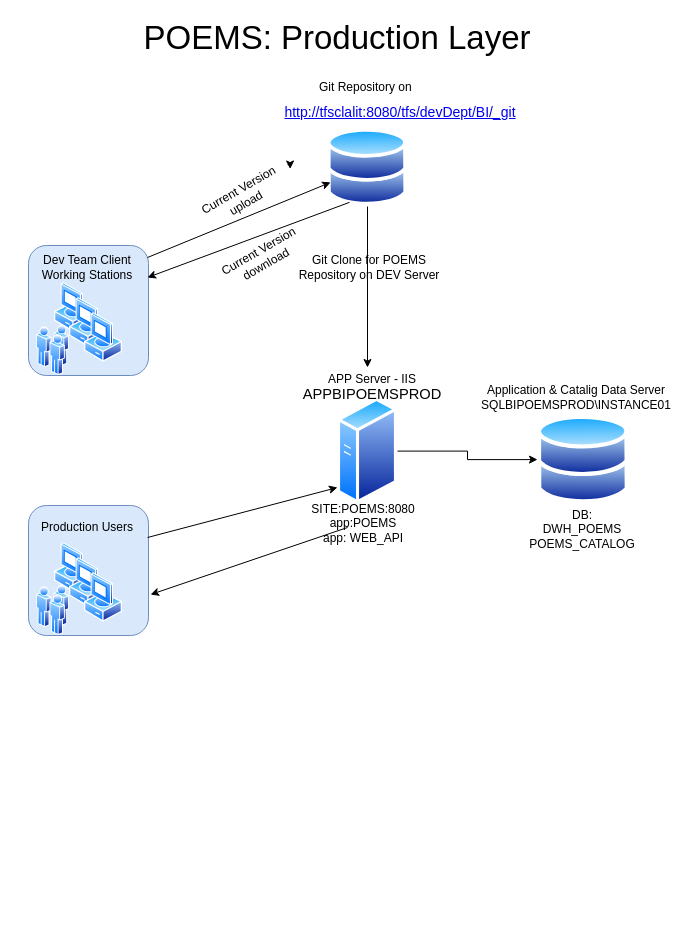
itaybaran/drawing keeps this draw.io diagram as poems_prod.drawio. Above is the earlier version. Source tidied: cells renumbered, new cells numbered last; positions are measured from the earlier drawing's top-left corner, leaving out a move shared by most shapes. Both pictures are drawn from the tidied source at 100%, with x=0, y=0 at pixel (27, 27).
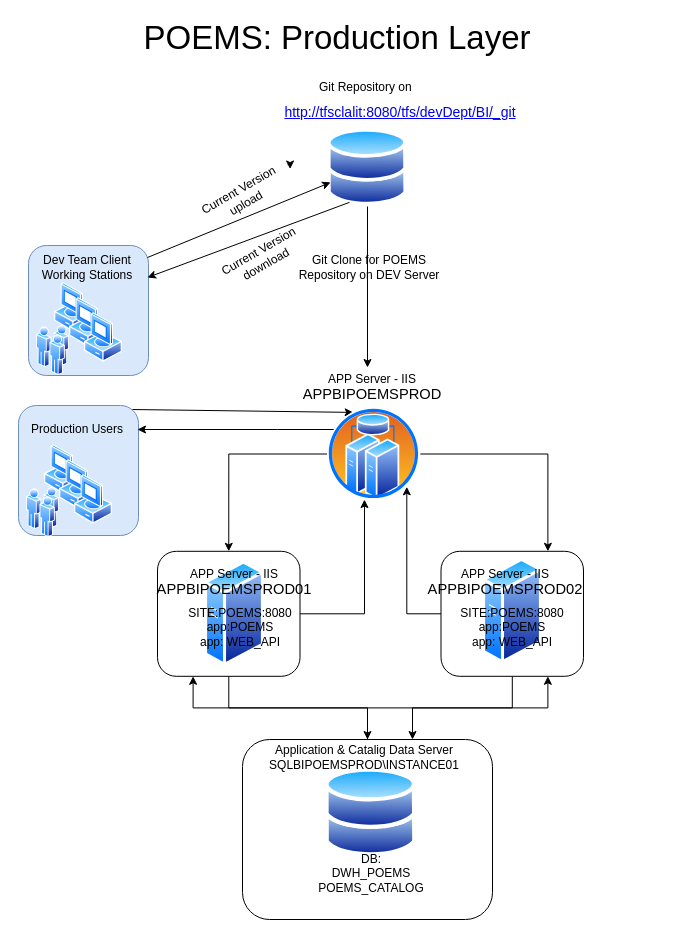
After the change.

What changed in the source:
```diff
@@
+    <mxCell id="38" style="edgeStyle=orthogonalEdgeStyle;rounded=0;jettySize=auto;html=1;entryX=0.25;entryY=1;entryDx=0;entryDy=0;" parent="1" edge="1" source="40" target="46">
+      <mxGeometry relative="1" as="geometry" />
+    </mxCell>
+    <mxCell id="39" style="edgeStyle=orthogonalEdgeStyle;rounded=0;jettySize=auto;html=1;entryX=0.75;entryY=1;entryDx=0;entryDy=0;" parent="1" edge="1" source="40" target="43">
+      <mxGeometry relative="1" as="geometry" />
+    </mxCell>
+    <mxCell id="40" style="rounded=1;whiteSpace=wrap;html=1;fillColor=#ffffff;" parent="1" vertex="1">
+      <mxGeometry x="215" y="712" width="250" height="180" as="geometry" />
+    </mxCell>
+    <mxCell id="41" style="edgeStyle=orthogonalEdgeStyle;rounded=0;jettySize=auto;html=1;entryX=1;entryY=1;entryDx=0;entryDy=0;" parent="1" edge="1" source="43" target="50">
+      <mxGeometry relative="1" as="geometry" />
+    </mxCell>
+    <mxCell id="42" style="edgeStyle=orthogonalEdgeStyle;rounded=0;jettySize=auto;html=1;entryX=0.68;entryY=0;entryDx=0;entryDy=0;entryPerimeter=0;" parent="1" edge="1" source="43" target="40">
+      <mxGeometry relative="1" as="geometry" />
+    </mxCell>
+    <mxCell id="43" style="rounded=1;whiteSpace=wrap;html=1;fillColor=#ffffff;" parent="1" vertex="1">
+      <mxGeometry x="413.5" y="523.8" width="142.5" height="125" as="geometry" />
+    </mxCell>
+    <mxCell id="44" style="edgeStyle=orthogonalEdgeStyle;rounded=0;jettySize=auto;html=1;entryX=0.398;entryY=0.991;entryDx=0;entryDy=0;entryPerimeter=0;" parent="1" edge="1" source="46" target="50">
+      <mxGeometry relative="1" as="geometry" />
+    </mxCell>
+    <mxCell id="45" style="edgeStyle=orthogonalEdgeStyle;rounded=0;jettySize=auto;html=1;" parent="1" edge="1" source="46" target="40">
+      <mxGeometry relative="1" as="geometry" />
+    </mxCell>
+    <mxCell id="46" style="rounded=1;whiteSpace=wrap;html=1;fillColor=#ffffff;" parent="1" vertex="1">
+      <mxGeometry x="130" y="523.8" width="142.5" height="125" as="geometry" />
+    </mxCell>
@@
-    <mxCell id="19" style="edgeStyle=orthogonalEdgeStyle;rounded=0;jettySize=auto;html=1;" parent="1" edge="1" source="20" target="35">
-      <mxGeometry relative="1" as="geometry" />
-    </mxCell>
-    <mxCell id="20" style="perimeter=ellipsePerimeter;html=1;align=center;shadow=0;dashed=0;spacingTop=3;image;image=img/lib/active_directory/generic_server.svg;" parent="1" vertex="1">
-      <mxGeometry x="310" y="370" width="60" height="107.1" as="geometry" />
-    </mxCell>
@@
-    <mxCell id="22" value="SITE:POEMS:8080&lt;br&gt;app:POEMS&lt;br&gt;app: WEB_API" style="text;html=1;strokeColor=none;fillColor=none;align=center;verticalAlign=middle;whiteSpace=wrap;rounded=0;" parent="1" vertex="1">
-      <mxGeometry x="251" y="486.1" width="170" height="20" as="geometry" />
-    </mxCell>
     <mxCell id="23" style="group;" parent="1" vertex="1">
-      <mxGeometry y="490" width="121" height="130" as="geometry" />
+      <mxGeometry x="-10" y="422" width="121" height="130" as="geometry" />
     </mxCell>
-    <mxCell id="24" style="group;" parent="23" vertex="1">
-      <mxGeometry x="27" y="25" width="94" height="105" as="geometry" />
-    </mxCell>
-    <mxCell id="25" style="rounded=1;whiteSpace=wrap;html=1;fillColor=#dae8fc;strokeColor=#6c8ebf;" parent="24" vertex="1">
-      <mxGeometry x="-26" y="-37" width="120" height="130" as="geometry" />
+    <mxCell id="25" style="rounded=1;whiteSpace=wrap;html=1;fillColor=#dae8fc;strokeColor=#6c8ebf;" parent="23" vertex="1">
+      <mxGeometry x="1" y="-44" width="120" height="130" as="geometry" />
     </mxCell>
-    <mxCell id="26" style="perimeter=ellipsePerimeter;html=1;align=center;shadow=0;dashed=0;spacingTop=3;image;image=img/lib/active_directory/vista_client.svg;" parent="24" vertex="1">
-      <mxGeometry width="38" height="50" as="geometry" />
+    <mxCell id="26" style="perimeter=ellipsePerimeter;html=1;align=center;shadow=0;dashed=0;spacingTop=3;image;image=img/lib/active_directory/vista_client.svg;" parent="23" vertex="1">
+      <mxGeometry x="27" y="-5" width="38" height="50" as="geometry" />
     </mxCell>
-    <mxCell id="27" style="perimeter=ellipsePerimeter;html=1;align=center;shadow=0;dashed=0;spacingTop=3;image;image=img/lib/active_directory/vista_client.svg;" parent="24" vertex="1">
-      <mxGeometry x="15" y="15" width="38" height="50" as="geometry" />
+    <mxCell id="27" style="perimeter=ellipsePerimeter;html=1;align=center;shadow=0;dashed=0;spacingTop=3;image;image=img/lib/active_directory/vista_client.svg;" parent="23" vertex="1">
+      <mxGeometry x="42" y="10" width="38" height="50" as="geometry" />
     </mxCell>
-    <mxCell id="28" style="perimeter=ellipsePerimeter;html=1;align=center;shadow=0;dashed=0;spacingTop=3;image;image=img/lib/active_directory/vista_client.svg;" parent="24" vertex="1">
-      <mxGeometry x="30" y="30" width="38" height="50" as="geometry" />
+    <mxCell id="28" style="perimeter=ellipsePerimeter;html=1;align=center;shadow=0;dashed=0;spacingTop=3;image;image=img/lib/active_directory/vista_client.svg;" parent="23" vertex="1">
+      <mxGeometry x="57" y="25" width="38" height="50" as="geometry" />
     </mxCell>
-    <mxCell id="29" style="perimeter=ellipsePerimeter;html=1;align=center;shadow=0;dashed=0;spacingTop=3;image;image=img/lib/active_directory/users.svg;" parent="24" vertex="1">
-      <mxGeometry x="-18" y="43" width="33" height="50" as="geometry" />
+    <mxCell id="29" style="perimeter=ellipsePerimeter;html=1;align=center;shadow=0;dashed=0;spacingTop=3;image;image=img/lib/active_directory/users.svg;" parent="23" vertex="1">
+      <mxGeometry x="9" y="38" width="33" height="50" as="geometry" />
     </mxCell>
     <mxCell id="30" value="Production Users" style="text;html=1;strokeColor=none;fillColor=none;align=center;verticalAlign=middle;whiteSpace=wrap;rounded=0;" parent="23" vertex="1">
-      <mxGeometry width="120" height="20" as="geometry" />
+      <mxGeometry y="-30" width="120" height="20" as="geometry" />
     </mxCell>
-    <mxCell id="31" style="endArrow=classic;html=1;exitX=1;exitY=1;exitDx=0;exitDy=0;" parent="1" edge="1" source="30">
-      <mxGeometry relative="1" as="geometry">
-        <mxPoint x="310" y="460" as="targetPoint" />
-      </mxGeometry>
+    <mxCell id="31" style="endArrow=classic;html=1;exitX=0.95;exitY=0.031;exitDx=0;exitDy=0;entryX=0.25;entryY=0;entryDx=0;entryDy=0;exitPerimeter=0;" parent="1" edge="1" source="25" target="50">
+      <mxGeometry relative="1" as="geometry" />
     </mxCell>
-    <mxCell id="32" style="endArrow=classic;html=1;entryX=1.017;entryY=0.685;entryDx=0;entryDy=0;entryPerimeter=0;" parent="1" edge="1" target="25">
-      <mxGeometry relative="1" as="geometry">
-        <mxPoint x="320" y="500" as="sourcePoint" />
-      </mxGeometry>
-    </mxCell>
@@
     <mxCell id="35" style="perimeter=ellipsePerimeter;html=1;align=center;shadow=0;dashed=0;spacingTop=3;image;image=img/lib/active_directory/databases.svg;" parent="1" vertex="1">
-      <mxGeometry x="510" y="387.1" width="91.8" height="90" as="geometry" />
+      <mxGeometry x="297.5" y="740" width="91.8" height="90" as="geometry" />
     </mxCell>
     <mxCell id="36" value="Application &amp;amp; Catalig Data Server&lt;br&gt;SQLBIPOEMSPROD\INSTANCE01" style="text;html=1;strokeColor=none;fillColor=none;align=center;verticalAlign=middle;whiteSpace=wrap;rounded=0;" parent="1" vertex="1">
-      <mxGeometry x="464" y="360" width="170" height="20" as="geometry" />
+      <mxGeometry x="251.5" y="720" width="170" height="20" as="geometry" />
     </mxCell>
     <mxCell id="37" value="DB:&lt;br&gt;DWH_POEMS&lt;br&gt;POEMS_CATALOG" style="text;html=1;strokeColor=none;fillColor=none;align=center;verticalAlign=middle;whiteSpace=wrap;rounded=0;" parent="1" vertex="1">
-      <mxGeometry x="469.9" y="492.1" width="170" height="20" as="geometry" />
+      <mxGeometry x="258.5" y="835.9" width="170" height="20" as="geometry" />
     </mxCell>
+    <mxCell id="47" style="edgeStyle=orthogonalEdgeStyle;rounded=0;jettySize=auto;html=1;entryX=0.75;entryY=0;entryDx=0;entryDy=0;" parent="1" edge="1" source="50" target="43">
+      <mxGeometry relative="1" as="geometry" />
+    </mxCell>
+    <mxCell id="48" style="edgeStyle=orthogonalEdgeStyle;rounded=0;jettySize=auto;html=1;entryX=0.5;entryY=0;entryDx=0;entryDy=0;" parent="1" edge="1" source="50" target="46">
+      <mxGeometry relative="1" as="geometry" />
+    </mxCell>
+    <mxCell id="49" style="edgeStyle=orthogonalEdgeStyle;rounded=0;jettySize=auto;html=1;entryX=1;entryY=0.5;entryDx=0;entryDy=0;" parent="1" edge="1" source="50" target="30">
+      <mxGeometry relative="1" as="geometry">
+        <Array as="points">
+          <mxPoint x="250" y="402" />
+          <mxPoint x="250" y="402" />
+        </Array>
+      </mxGeometry>
+    </mxCell>
+    <mxCell id="50" style="perimeter=ellipsePerimeter;html=1;align=center;shadow=0;dashed=0;spacingTop=3;image;image=img/lib/active_directory/cluster_server.svg;" parent="1" vertex="1">
+      <mxGeometry x="300" y="380" width="92.9" height="92.9" as="geometry" />
+    </mxCell>
+    <mxCell id="51" style="perimeter=ellipsePerimeter;html=1;align=center;shadow=0;dashed=0;spacingTop=3;image;image=img/lib/active_directory/generic_server.svg;" parent="1" vertex="1">
+      <mxGeometry x="177" y="532.7" width="60" height="107.1" as="geometry" />
+    </mxCell>
+    <mxCell id="52" style="perimeter=ellipsePerimeter;html=1;align=center;shadow=0;dashed=0;spacingTop=3;image;image=img/lib/active_directory/generic_server.svg;" parent="1" vertex="1">
+      <mxGeometry x="455" y="530" width="60" height="107.1" as="geometry" />
+    </mxCell>
+    <mxCell id="22" value="SITE:POEMS:8080&lt;br&gt;app:POEMS&lt;br&gt;app: WEB_API" style="text;html=1;strokeColor=none;fillColor=none;align=center;verticalAlign=middle;whiteSpace=wrap;rounded=0;" parent="1" vertex="1">
+      <mxGeometry x="127.5" y="590" width="170" height="20" as="geometry" />
+    </mxCell>
+    <mxCell id="53" value="SITE:POEMS:8080&lt;br&gt;app:POEMS&lt;br&gt;app: WEB_API" style="text;html=1;align=center;verticalAlign=middle;whiteSpace=wrap;rounded=0;" parent="1" vertex="1">
+      <mxGeometry x="400" y="590" width="170" height="20" as="geometry" />
+    </mxCell>
+    <mxCell id="54" value="APP Server - IIS&lt;br&gt;&lt;span style=&quot;font-size: 11.0pt ; line-height: 107% ; font-family: &amp;#34;calibri&amp;#34; , sans-serif&quot;&gt;APPBIPOEMSPROD01&lt;/span&gt;" style="text;html=1;strokeColor=none;fillColor=none;align=center;verticalAlign=middle;whiteSpace=wrap;rounded=0;" parent="1" vertex="1">
+      <mxGeometry x="122" y="545" width="170" height="20" as="geometry" />
+    </mxCell>
+    <mxCell id="55" value="APP Server - IIS&lt;br&gt;&lt;span style=&quot;font-size: 11.0pt ; line-height: 107% ; font-family: &amp;#34;calibri&amp;#34; , sans-serif&quot;&gt;APPBIPOEMSPROD02&lt;/span&gt;" style="text;html=1;strokeColor=none;fillColor=none;align=center;verticalAlign=middle;whiteSpace=wrap;rounded=0;" parent="1" vertex="1">
+      <mxGeometry x="392.9" y="545" width="170" height="20" as="geometry" />
+    </mxCell>
```
